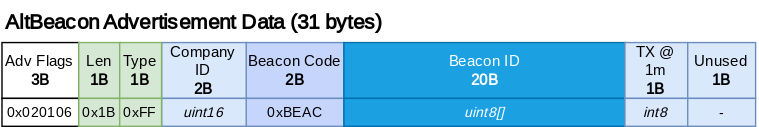
Earlier version of the draw.io export slides/iot2023/images/altbeacon.svg (SemBeacon/sembeacon.org). Source tidied: cells renumbered, new cells last; positions are measured from the earlier drawing's top-left corner, leaving out a move shared by most shapes. Source of this version:
```xml
<mxGraphModel>
  <root>
    <mxCell id="0" />
    <mxCell id="1" parent="0" />
    <mxCell id="2" value="AltBeacon Advertisement Data (31 bytes)" style="text;html=1;strokeColor=none;fillColor=none;align=left;verticalAlign=middle;whiteSpace=wrap;rounded=0;fontFamily=Inconsolata;fontSource=https%3A%2F%2Ffonts.googleapis.com%2Fcss%3Ffamily%3DInconsolata;fontStyle=1;fontSize=15;" parent="1" vertex="1">
      <mxGeometry x="0.7" width="450" height="30" as="geometry" />
    </mxCell>
    <mxCell id="3" value="Company ID&lt;br style=&quot;font-size: 11px;&quot;&gt;&lt;b style=&quot;font-size: 11px;&quot;&gt;2B&lt;/b&gt;" style="rounded=0;whiteSpace=wrap;html=1;fontFamily=Inconsolata;fontSource=https%3A%2F%2Ffonts.googleapis.com%2Fcss%3Ffamily%3DInconsolata;fillColor=#dae8fc;strokeColor=#6c8ebf;fontSize=11;" parent="1" vertex="1">
      <mxGeometry x="114.4" y="30" width="61.2" height="40" as="geometry" />
    </mxCell>
    <mxCell id="4" value="Beacon Code&lt;br&gt;&lt;b&gt;2B&lt;/b&gt;" style="rounded=0;whiteSpace=wrap;html=1;fontFamily=Inconsolata;fontSource=https%3A%2F%2Ffonts.googleapis.com%2Fcss%3Ffamily%3DInconsolata;fillColor=#C5D5FC;strokeColor=#6c8ebf;fontSize=11;" parent="1" vertex="1">
      <mxGeometry x="175" y="30" width="70" height="40" as="geometry" />
    </mxCell>
    <mxCell id="5" value="uint16" style="rounded=0;whiteSpace=wrap;html=1;fontFamily=Inconsolata;fontSource=https%3A%2F%2Ffonts.googleapis.com%2Fcss%3Ffamily%3DInconsolata;fontSize=10;fillColor=#dae8fc;strokeColor=#6c8ebf;fontStyle=2;" parent="1" vertex="1">
      <mxGeometry x="114.4" y="70" width="61.2" height="20" as="geometry" />
    </mxCell>
    <mxCell id="6" value="0xBEAC" style="rounded=0;whiteSpace=wrap;html=1;fontFamily=Inconsolata;fontSource=https%3A%2F%2Ffonts.googleapis.com%2Fcss%3Ffamily%3DInconsolata;fontSize=10;fillColor=#C5D5FC;strokeColor=#6c8ebf;" parent="1" vertex="1">
      <mxGeometry x="175" y="70" width="70" height="20" as="geometry" />
    </mxCell>
    <mxCell id="7" value="Beacon ID&lt;br style=&quot;font-size: 11px;&quot;&gt;&lt;b style=&quot;font-size: 11px;&quot;&gt;20B&lt;/b&gt;" style="rounded=0;whiteSpace=wrap;html=1;fontFamily=Inconsolata;fontSource=https%3A%2F%2Ffonts.googleapis.com%2Fcss%3Ffamily%3DInconsolata;fillColor=#1ba1e2;strokeColor=#006EAF;fontSize=11;fontColor=#ffffff;" parent="1" vertex="1">
      <mxGeometry x="245" y="30" width="202" height="40" as="geometry" />
    </mxCell>
    <mxCell id="8" value="&lt;span style=&quot;&quot;&gt;uint8[]&lt;/span&gt;" style="rounded=0;whiteSpace=wrap;html=1;fontFamily=Inconsolata;fontSource=https%3A%2F%2Ffonts.googleapis.com%2Fcss%3Ffamily%3DInconsolata;fontSize=10;fillColor=#1ba1e2;strokeColor=#006EAF;fontStyle=2;fontColor=#ffffff;" parent="1" vertex="1">
      <mxGeometry x="245" y="70" width="202" height="20" as="geometry" />
    </mxCell>
    <mxCell id="9" value="Adv Flags&lt;br style=&quot;font-size: 11px;&quot;&gt;&lt;b style=&quot;font-size: 11px;&quot;&gt;3B&lt;/b&gt;" style="rounded=0;whiteSpace=wrap;html=1;fontFamily=Inconsolata;fontSource=https%3A%2F%2Ffonts.googleapis.com%2Fcss%3Ffamily%3DInconsolata;fontSize=11;" parent="1" vertex="1">
      <mxGeometry y="30" width="55" height="40" as="geometry" />
    </mxCell>
    <mxCell id="10" value="0x020106" style="rounded=0;whiteSpace=wrap;html=1;fontFamily=Inconsolata;fontSource=https%3A%2F%2Ffonts.googleapis.com%2Fcss%3Ffamily%3DInconsolata;fontSize=10;" parent="1" vertex="1">
      <mxGeometry y="70" width="55" height="20" as="geometry" />
    </mxCell>
    <mxCell id="11" value="Len&lt;br style=&quot;font-size: 11px;&quot;&gt;&lt;b style=&quot;font-size: 11px;&quot;&gt;1B&lt;/b&gt;" style="rounded=0;whiteSpace=wrap;html=1;fontFamily=Inconsolata;fontSource=https%3A%2F%2Ffonts.googleapis.com%2Fcss%3Ffamily%3DInconsolata;fontSize=11;fillColor=#d5e8d4;strokeColor=#82b366;" parent="1" vertex="1">
      <mxGeometry x="55" y="30" width="30" height="40" as="geometry" />
    </mxCell>
    <mxCell id="12" value="0x1B" style="rounded=0;whiteSpace=wrap;html=1;fontFamily=Inconsolata;fontSource=https%3A%2F%2Ffonts.googleapis.com%2Fcss%3Ffamily%3DInconsolata;fontSize=10;fillColor=#d5e8d4;strokeColor=#82b366;" parent="1" vertex="1">
      <mxGeometry x="55" y="70" width="30" height="20" as="geometry" />
    </mxCell>
    <mxCell id="13" value="Type&lt;br style=&quot;font-size: 11px;&quot;&gt;&lt;b style=&quot;font-size: 11px;&quot;&gt;1B&lt;/b&gt;" style="rounded=0;whiteSpace=wrap;html=1;fontFamily=Inconsolata;fontSource=https%3A%2F%2Ffonts.googleapis.com%2Fcss%3Ffamily%3DInconsolata;fontSize=11;fillColor=#d5e8d4;strokeColor=#82b366;" parent="1" vertex="1">
      <mxGeometry x="84.3" y="30" width="30" height="40" as="geometry" />
    </mxCell>
    <mxCell id="14" value="0xFF" style="rounded=0;whiteSpace=wrap;html=1;fontFamily=Inconsolata;fontSource=https%3A%2F%2Ffonts.googleapis.com%2Fcss%3Ffamily%3DInconsolata;fontSize=10;fillColor=#d5e8d4;strokeColor=#82b366;" parent="1" vertex="1">
      <mxGeometry x="84.3" y="70" width="30" height="20" as="geometry" />
    </mxCell>
    <mxCell id="15" value="TX @ 1m&lt;br&gt;&lt;b&gt;1B&lt;/b&gt;" style="rounded=0;whiteSpace=wrap;html=1;fontFamily=Inconsolata;fontSource=https%3A%2F%2Ffonts.googleapis.com%2Fcss%3Ffamily%3DInconsolata;fontSize=11;fillColor=#dae8fc;strokeColor=#6c8ebf;" parent="1" vertex="1">
      <mxGeometry x="446.4" y="30" width="45" height="40" as="geometry" />
    </mxCell>
    <mxCell id="16" value="int8" style="rounded=0;whiteSpace=wrap;html=1;fontFamily=Inconsolata;fontSource=https%3A%2F%2Ffonts.googleapis.com%2Fcss%3Ffamily%3DInconsolata;fontSize=10;fillColor=#dae8fc;strokeColor=#6c8ebf;fontStyle=2;" parent="1" vertex="1">
      <mxGeometry x="446.4" y="70" width="45" height="20" as="geometry" />
    </mxCell>
    <mxCell id="17" value="Unused&lt;br&gt;&lt;b&gt;1B&lt;/b&gt;" style="rounded=0;whiteSpace=wrap;html=1;fontFamily=Inconsolata;fontSource=https%3A%2F%2Ffonts.googleapis.com%2Fcss%3Ffamily%3DInconsolata;fillColor=#dae8fc;strokeColor=#6c8ebf;fontSize=11;" parent="1" vertex="1">
      <mxGeometry x="491.4" y="30" width="48.6" height="40" as="geometry" />
    </mxCell>
    <mxCell id="18" value="&lt;span style=&quot;font-style: normal;&quot;&gt;-&lt;/span&gt;" style="rounded=0;whiteSpace=wrap;html=1;fontFamily=Inconsolata;fontSource=https%3A%2F%2Ffonts.googleapis.com%2Fcss%3Ffamily%3DInconsolata;fontSize=10;fillColor=#dae8fc;strokeColor=#6c8ebf;fontStyle=2;" parent="1" vertex="1">
      <mxGeometry x="491.4" y="70" width="48.6" height="20" as="geometry" />
    </mxCell>
  </root>
</mxGraphModel>
```
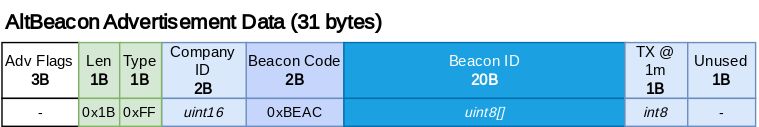
After the change.

Change to the diagram source:
```diff
@@ -26,7 +26,7 @@
     <mxCell id="9" value="Adv Flags&lt;br style=&quot;font-size: 11px;&quot;&gt;&lt;b style=&quot;font-size: 11px;&quot;&gt;3B&lt;/b&gt;" style="rounded=0;whiteSpace=wrap;html=1;fontFamily=Inconsolata;fontSource=https%3A%2F%2Ffonts.googleapis.com%2Fcss%3Ffamily%3DInconsolata;fontSize=11;" parent="1" vertex="1">
       <mxGeometry y="30" width="55" height="40" as="geometry" />
     </mxCell>
-    <mxCell id="10" value="0x020106" style="rounded=0;whiteSpace=wrap;html=1;fontFamily=Inconsolata;fontSource=https%3A%2F%2Ffonts.googleapis.com%2Fcss%3Ffamily%3DInconsolata;fontSize=10;" parent="1" vertex="1">
+    <mxCell id="10" value="-" style="rounded=0;whiteSpace=wrap;html=1;fontFamily=Inconsolata;fontSource=https%3A%2F%2Ffonts.googleapis.com%2Fcss%3Ffamily%3DInconsolata;fontSize=10;" parent="1" vertex="1">
       <mxGeometry y="70" width="55" height="20" as="geometry" />
     </mxCell>
     <mxCell id="11" value="Len&lt;br style=&quot;font-size: 11px;&quot;&gt;&lt;b style=&quot;font-size: 11px;&quot;&gt;1B&lt;/b&gt;" style="rounded=0;whiteSpace=wrap;html=1;fontFamily=Inconsolata;fontSource=https%3A%2F%2Ffonts.googleapis.com%2Fcss%3Ffamily%3DInconsolata;fontSize=11;fillColor=#d5e8d4;strokeColor=#82b366;" parent="1" vertex="1">
```
